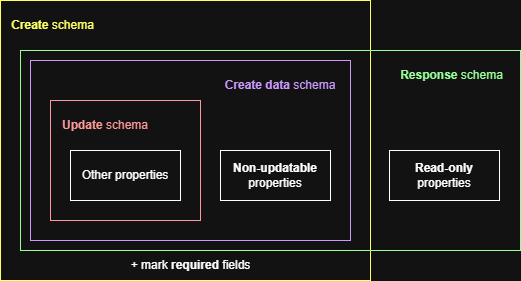
Above: docs-dev/diagrams/openapi-schemas.drawio.png in elhub/flex-information-system (draw.io), before the change. Source tidied: cells renumbered, new cells last; positions are measured from the earlier drawing's top-left corner, leaving out a move shared by most shapes. Its diagram source:
```xml
<mxGraphModel background="#ffffff">
  <root>
    <mxCell id="0" />
    <mxCell id="1" parent="0" />
    <mxCell id="2" style="rounded=0;whiteSpace=wrap;html=1;strokeColor=light-dark(#000000,#FFFF66);" parent="1" vertex="1">
      <mxGeometry width="370" height="280" as="geometry" />
    </mxCell>
    <mxCell id="3" style="rounded=0;whiteSpace=wrap;html=1;strokeWidth=1;strokeColor=light-dark(#000000,#99FF99);fillColor=none;gradientColor=none;" parent="1" vertex="1">
      <mxGeometry x="20" y="50" width="500" height="200" as="geometry" />
    </mxCell>
    <mxCell id="4" style="rounded=0;whiteSpace=wrap;html=1;strokeWidth=1;strokeColor=light-dark(#000000,#CC99FF);" parent="1" vertex="1">
      <mxGeometry x="30" y="60" width="320" height="180" as="geometry" />
    </mxCell>
    <mxCell id="5" style="rounded=0;whiteSpace=wrap;html=1;strokeColor=light-dark(#000000,#FF9999);" parent="1" vertex="1">
      <mxGeometry x="50" y="100" width="150" height="120" as="geometry" />
    </mxCell>
    <mxCell id="6" value="&lt;b&gt;Non-updatable&lt;/b&gt;&lt;div&gt;properties&lt;/div&gt;" style="rounded=0;whiteSpace=wrap;html=1;" parent="1" vertex="1">
      <mxGeometry x="220" y="150" width="110" height="50" as="geometry" />
    </mxCell>
    <mxCell id="7" value="&lt;b&gt;Update&lt;/b&gt; schema" style="text;html=1;align=center;verticalAlign=middle;whiteSpace=wrap;rounded=0;fontColor=light-dark(#000000,#FF9999);" parent="1" vertex="1">
      <mxGeometry x="60" y="110" width="90" height="30" as="geometry" />
    </mxCell>
    <mxCell id="8" value="&lt;b&gt;Read-only&lt;/b&gt;&lt;div&gt;properties&lt;/div&gt;" style="rounded=0;whiteSpace=wrap;html=1;" parent="1" vertex="1">
      <mxGeometry x="389" y="150" width="110" height="50" as="geometry" />
    </mxCell>
    <mxCell id="9" value="Other properties" style="rounded=0;whiteSpace=wrap;html=1;" parent="1" vertex="1">
      <mxGeometry x="70" y="150" width="110" height="50" as="geometry" />
    </mxCell>
    <mxCell id="10" value="&lt;b&gt;Create&lt;/b&gt; schema" style="text;html=1;align=center;verticalAlign=middle;whiteSpace=wrap;rounded=0;fontColor=light-dark(#000000,#FFFF66);" parent="1" vertex="1">
      <mxGeometry x="10" y="10" width="85" height="30" as="geometry" />
    </mxCell>
    <mxCell id="11" value="+ mark &lt;b&gt;required&lt;/b&gt; fields" style="text;html=1;align=center;verticalAlign=middle;whiteSpace=wrap;rounded=0;" parent="1" vertex="1">
      <mxGeometry x="67.5" y="250" width="245" height="30" as="geometry" />
    </mxCell>
    <mxCell id="12" value="&lt;b&gt;Create data&lt;/b&gt;&amp;nbsp;schema" style="text;html=1;align=center;verticalAlign=middle;whiteSpace=wrap;rounded=0;fontColor=light-dark(#000000,#CC99FF);" parent="1" vertex="1">
      <mxGeometry x="220" y="70" width="120" height="30" as="geometry" />
    </mxCell>
    <mxCell id="13" value="&lt;b&gt;Response&lt;/b&gt;&amp;nbsp;schema" style="text;html=1;align=center;verticalAlign=middle;whiteSpace=wrap;rounded=0;fontColor=light-dark(#000000,#99FF99);" parent="1" vertex="1">
      <mxGeometry x="394" y="60" width="115" height="30" as="geometry" />
    </mxCell>
  </root>
</mxGraphModel>
```
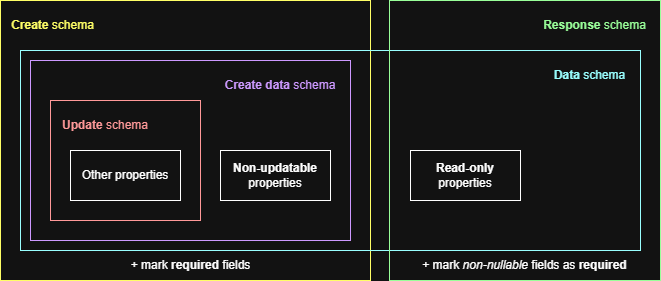
Later version of the same file.

What changed in the source:
```diff
@@ -5,8 +5,8 @@
     <mxCell id="2" style="rounded=0;whiteSpace=wrap;html=1;strokeColor=light-dark(#000000,#FFFF66);" parent="1" vertex="1">
       <mxGeometry width="370" height="280" as="geometry" />
     </mxCell>
-    <mxCell id="3" style="rounded=0;whiteSpace=wrap;html=1;strokeWidth=1;strokeColor=light-dark(#000000,#99FF99);fillColor=none;gradientColor=none;" parent="1" vertex="1">
-      <mxGeometry x="20" y="50" width="500" height="200" as="geometry" />
+    <mxCell id="3" style="rounded=0;whiteSpace=wrap;html=1;strokeWidth=1;strokeColor=light-dark(#000000,#99FFFF);fillColor=none;gradientColor=none;" parent="1" vertex="1">
+      <mxGeometry x="20" y="50" width="620" height="200" as="geometry" />
     </mxCell>
     <mxCell id="4" style="rounded=0;whiteSpace=wrap;html=1;strokeWidth=1;strokeColor=light-dark(#000000,#CC99FF);" parent="1" vertex="1">
       <mxGeometry x="30" y="60" width="320" height="180" as="geometry" />
@@ -21,7 +21,7 @@
       <mxGeometry x="60" y="110" width="90" height="30" as="geometry" />
     </mxCell>
     <mxCell id="8" value="&lt;b&gt;Read-only&lt;/b&gt;&lt;div&gt;properties&lt;/div&gt;" style="rounded=0;whiteSpace=wrap;html=1;" parent="1" vertex="1">
-      <mxGeometry x="389" y="150" width="110" height="50" as="geometry" />
+      <mxGeometry x="410" y="150" width="110" height="50" as="geometry" />
     </mxCell>
     <mxCell id="9" value="Other properties" style="rounded=0;whiteSpace=wrap;html=1;" parent="1" vertex="1">
       <mxGeometry x="70" y="150" width="110" height="50" as="geometry" />
@@ -35,8 +35,17 @@
     <mxCell id="12" value="&lt;b&gt;Create data&lt;/b&gt;&amp;nbsp;schema" style="text;html=1;align=center;verticalAlign=middle;whiteSpace=wrap;rounded=0;fontColor=light-dark(#000000,#CC99FF);" parent="1" vertex="1">
       <mxGeometry x="220" y="70" width="120" height="30" as="geometry" />
     </mxCell>
-    <mxCell id="13" value="&lt;b&gt;Response&lt;/b&gt;&amp;nbsp;schema" style="text;html=1;align=center;verticalAlign=middle;whiteSpace=wrap;rounded=0;fontColor=light-dark(#000000,#99FF99);" parent="1" vertex="1">
-      <mxGeometry x="394" y="60" width="115" height="30" as="geometry" />
+    <mxCell id="13" value="&lt;b&gt;Data&lt;/b&gt;&amp;nbsp;schema" style="text;html=1;align=center;verticalAlign=middle;whiteSpace=wrap;rounded=0;fontColor=light-dark(#000000,#99FFFF);" parent="1" vertex="1">
+      <mxGeometry x="550" y="60" width="79" height="30" as="geometry" />
     </mxCell>
+    <mxCell id="14" value="+ mark &lt;i&gt;non-nullable&lt;/i&gt; fields as&amp;nbsp;&lt;b&gt;required&lt;/b&gt;" style="text;html=1;align=center;verticalAlign=middle;whiteSpace=wrap;rounded=0;" parent="1" vertex="1">
+      <mxGeometry x="402" y="250" width="245" height="30" as="geometry" />
+    </mxCell>
+    <mxCell id="15" value="&lt;b&gt;Response&lt;/b&gt;&amp;nbsp;schema" style="text;html=1;align=center;verticalAlign=middle;whiteSpace=wrap;rounded=0;fontColor=light-dark(#000000,#99FF99);" parent="1" vertex="1">
+      <mxGeometry x="540" y="10" width="109" height="30" as="geometry" />
+    </mxCell>
+    <mxCell id="16" style="rounded=0;whiteSpace=wrap;html=1;strokeWidth=1;strokeColor=light-dark(#000000,#99FF99);fillColor=none;gradientColor=none;" parent="1" vertex="1">
+      <mxGeometry x="389" width="271" height="280" as="geometry" />
+    </mxCell>
   </root>
 </mxGraphModel>
```
